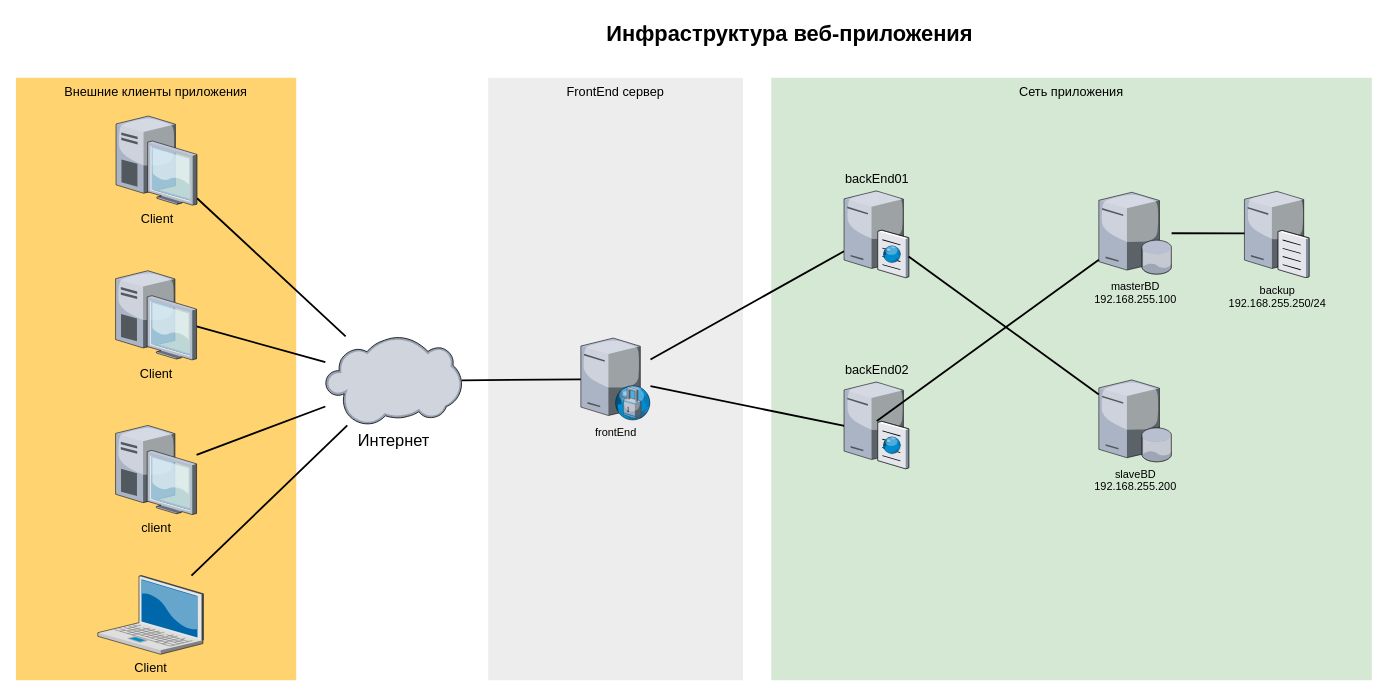
Above: images/infrastructure_webapp.drawio in gkronalf/arch_webapp (draw.io), before the change. Source tidied: cells renumbered, new cells numbered last; positions are measured from the earlier drawing's top-left corner, leaving out a move shared by most shapes. Both pictures are drawn from the tidied source at 91%, with x=0, y=0 at pixel (15, 15).
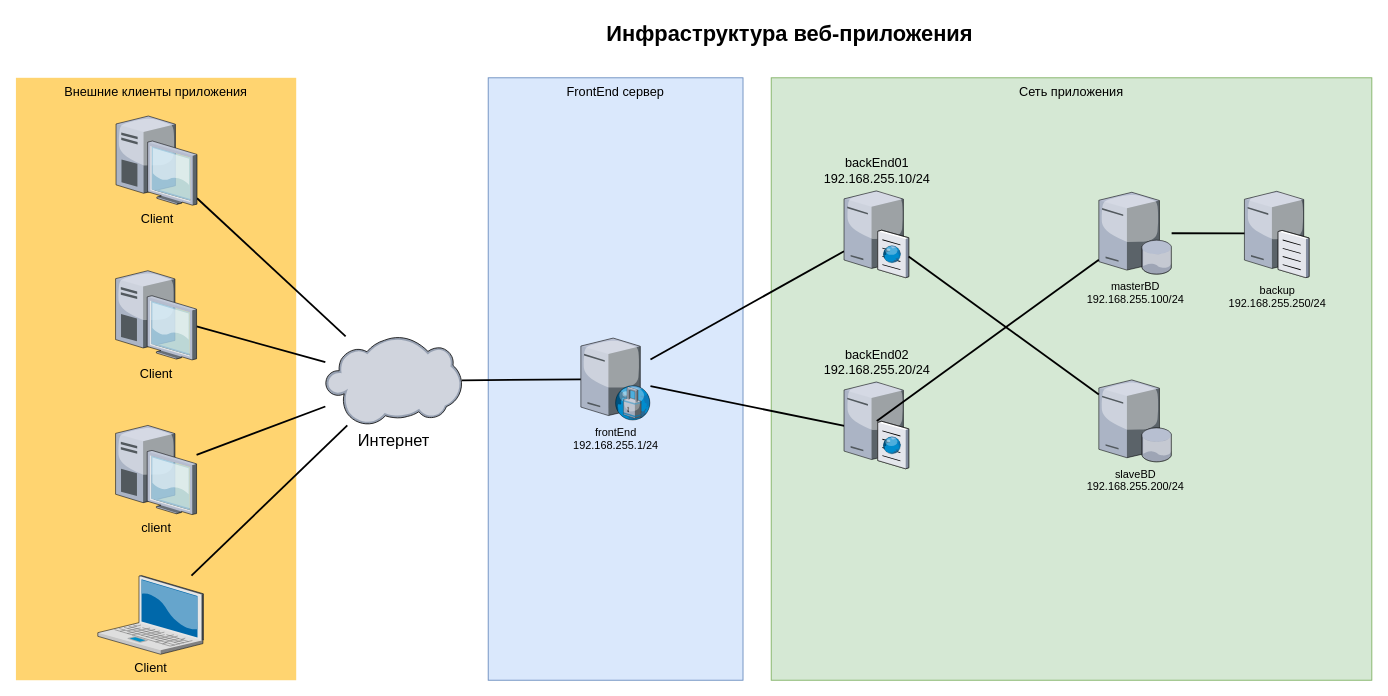
Above is the later version.

The edit, as a diff of the source:
```diff
@@
-    <mxCell id="2" value="Сеть приложения" style="whiteSpace=wrap;html=1;fillColor=#d5e8d4;fontSize=14;strokeColor=none;verticalAlign=top;" parent="1" vertex="1">
+    <mxCell id="2" value="Сеть приложения" style="whiteSpace=wrap;html=1;fillColor=#d5e8d4;fontSize=14;strokeColor=#82b366;verticalAlign=top;" parent="1" vertex="1">
       <mxGeometry x="830" y="68" width="660" height="662" as="geometry" />
     </mxCell>
-    <mxCell id="3" value="FrontEnd сервер" style="whiteSpace=wrap;html=1;fillColor=#EDEDED;fontSize=14;strokeColor=none;verticalAlign=top;" parent="1" vertex="1">
+    <mxCell id="3" value="FrontEnd сервер" style="whiteSpace=wrap;html=1;fillColor=#dae8fc;fontSize=14;strokeColor=#6c8ebf;verticalAlign=top;" parent="1" vertex="1">
       <mxGeometry x="519" y="68" width="280" height="662" as="geometry" />
     </mxCell>
@@
-    <mxCell id="17" value="backEnd01" style="verticalLabelPosition=top;html=1;verticalAlign=bottom;strokeColor=none;shape=mxgraph.citrix.cache_server;fillColor=#66B2FF;gradientColor=#0066CC;fontSize=14;labelPosition=center;align=center;" parent="1" vertex="1">
+    <mxCell id="17" value="backEnd01&lt;div&gt;192.168.255.10/24&lt;/div&gt;" style="verticalLabelPosition=top;html=1;verticalAlign=bottom;strokeColor=none;shape=mxgraph.citrix.cache_server;fillColor=#66B2FF;gradientColor=#0066CC;fontSize=14;labelPosition=center;align=center;" parent="1" vertex="1">
       <mxGeometry x="910" y="190" width="71" height="97.5" as="geometry" />
     </mxCell>
-    <mxCell id="18" value="masterBD&lt;div&gt;192.168.255.100&lt;/div&gt;" style="verticalLabelPosition=bottom;sketch=0;html=1;verticalAlign=top;strokeColor=none;align=center;outlineConnect=0;shape=mxgraph.citrix.database_server;" parent="1" vertex="1">
+    <mxCell id="18" value="masterBD&lt;div&gt;192.168.255.100/24&lt;/div&gt;" style="verticalLabelPosition=bottom;sketch=0;html=1;verticalAlign=top;strokeColor=none;align=center;outlineConnect=0;shape=mxgraph.citrix.database_server;" parent="1" vertex="1">
       <mxGeometry x="1190" y="193.8" width="80" height="90" as="geometry" />
     </mxCell>
-    <mxCell id="19" value="slaveBD&lt;div&gt;192.168.255.200&lt;/div&gt;" style="verticalLabelPosition=bottom;sketch=0;html=1;verticalAlign=top;strokeColor=none;align=center;outlineConnect=0;shape=mxgraph.citrix.database_server;" parent="1" vertex="1">
+    <mxCell id="19" value="slaveBD&lt;div&gt;192.168.255.200/24&lt;/div&gt;" style="verticalLabelPosition=bottom;sketch=0;html=1;verticalAlign=top;strokeColor=none;align=center;outlineConnect=0;shape=mxgraph.citrix.database_server;" parent="1" vertex="1">
       <mxGeometry x="1190" y="400" width="80" height="90" as="geometry" />
     </mxCell>
-    <mxCell id="20" value="frontEnd" style="verticalLabelPosition=bottom;sketch=0;html=1;verticalAlign=top;strokeColor=none;align=center;outlineConnect=0;shape=mxgraph.citrix.proxy_server;" parent="1" vertex="1">
+    <mxCell id="20" value="frontEnd&lt;div&gt;192.168.255.1/24&lt;/div&gt;" style="verticalLabelPosition=bottom;sketch=0;html=1;verticalAlign=top;strokeColor=none;align=center;outlineConnect=0;shape=mxgraph.citrix.proxy_server;" parent="1" vertex="1">
       <mxGeometry x="620.8" y="354" width="76.5" height="90" as="geometry" />
     </mxCell>
@@
-    <mxCell id="22" value="backEnd02" style="verticalLabelPosition=top;html=1;verticalAlign=bottom;strokeColor=none;shape=mxgraph.citrix.cache_server;fillColor=#66B2FF;gradientColor=#0066CC;fontSize=14;labelPosition=center;align=center;" parent="1" vertex="1">
+    <mxCell id="22" value="backEnd02&lt;div&gt;192.168.255.20/24&lt;/div&gt;" style="verticalLabelPosition=top;html=1;verticalAlign=bottom;strokeColor=none;shape=mxgraph.citrix.cache_server;fillColor=#66B2FF;gradientColor=#0066CC;fontSize=14;labelPosition=center;align=center;" parent="1" vertex="1">
       <mxGeometry x="910" y="400" width="71" height="97.5" as="geometry" />
     </mxCell>
```
